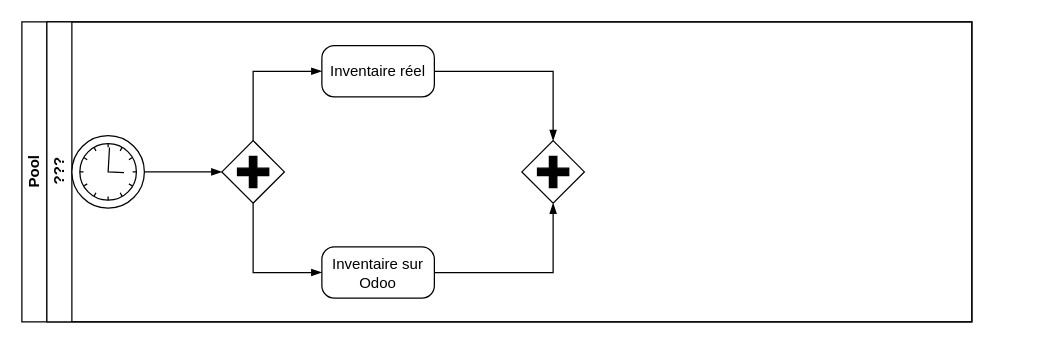
Above: Inventaire.drawio in quemet/Draw.io (draw.io), before the change. Source tidied: cells renumbered, new cells numbered last; positions are measured from the earlier drawing's top-left corner, leaving out a move shared by most shapes. Both pictures are drawn from the tidied source at 125%, with x=0, y=0 at pixel (21, 21).
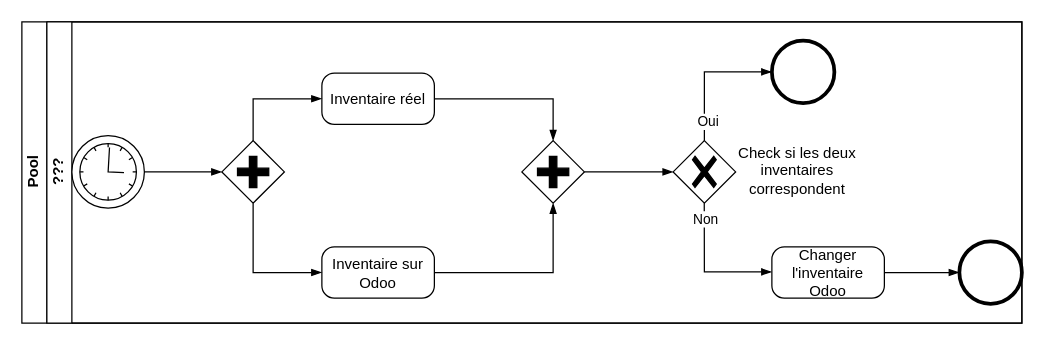
After the change.

Commit message (it also covers changes not shown here):
Mettre à jour Inventaire.drawio

The change refers to these unchanged cells:
```xml
<mxCell id="6" style="points=[[0.25,0.25,0],[0.5,0,0],[0.75,0.25,0],[1,0.5,0],[0.75,0.75,0],[0.5,1,0],[0.25,0.75,0],[0,0.5,0]];shape=mxgraph.bpmn.gateway2;html=1;verticalLabelPosition=bottom;labelBackgroundColor=#ffffff;verticalAlign=top;align=center;perimeter=rhombusPerimeter;outlineConnect=0;outline=none;symbol=none;gwType=parallel;" parent="3" vertex="1">
  <mxGeometry x="380" y="95" width="50" height="50" as="geometry" />
</mxCell>
```

Change to the diagram source:
```diff
@@
     <mxCell id="2" value="Pool" style="swimlane;html=1;horizontal=0;startSize=20;whiteSpace=wrap;" parent="1" vertex="1">
-      <mxGeometry width="760" height="240" as="geometry" />
+      <mxGeometry width="800" height="241" as="geometry" />
     </mxCell>
     <mxCell id="3" value="???" style="swimlane;html=1;startSize=20;horizontal=0;" parent="2" vertex="1">
-      <mxGeometry x="20" width="740" height="240" as="geometry" />
+      <mxGeometry x="20" width="780" height="241" as="geometry" />
     </mxCell>
@@
     <mxCell id="7" value="Inventaire réel" style="points=[[0.25,0,0],[0.5,0,0],[0.75,0,0],[1,0.25,0],[1,0.5,0],[1,0.75,0],[0.75,1,0],[0.5,1,0],[0.25,1,0],[0,0.75,0],[0,0.5,0],[0,0.25,0]];shape=mxgraph.bpmn.task;whiteSpace=wrap;rectStyle=rounded;size=10;html=1;taskMarker=abstract;" parent="3" vertex="1">
-      <mxGeometry x="220" y="19" width="90" height="41" as="geometry" />
+      <mxGeometry x="220" y="41" width="90" height="41" as="geometry" />
     </mxCell>
@@
+    <mxCell id="14" style="edgeStyle=elbowEdgeStyle;fontSize=12;html=1;endArrow=blockThin;endFill=1;rounded=0;exitX=1;exitY=0.5;exitDx=0;exitDy=0;exitPerimeter=0;entryX=0;entryY=0.5;entryDx=0;entryDy=0;entryPerimeter=0;" parent="3" edge="1" source="6" target="15">
+      <mxGeometry relative="1" as="geometry" />
+    </mxCell>
+    <mxCell id="15" style="points=[[0.25,0.25,0],[0.5,0,0],[0.75,0.25,0],[1,0.5,0],[0.75,0.75,0],[0.5,1,0],[0.25,0.75,0],[0,0.5,0]];shape=mxgraph.bpmn.gateway2;html=1;verticalLabelPosition=bottom;labelBackgroundColor=#ffffff;verticalAlign=top;align=center;perimeter=rhombusPerimeter;outlineConnect=0;outline=none;symbol=none;gwType=exclusive;" parent="3" vertex="1">
+      <mxGeometry x="501" y="95" width="50" height="50" as="geometry" />
+    </mxCell>
+    <mxCell id="16" style="edgeStyle=elbowEdgeStyle;fontSize=12;html=1;endArrow=blockThin;endFill=1;rounded=0;exitX=0.5;exitY=0;exitDx=0;exitDy=0;exitPerimeter=0;entryX=0;entryY=0.5;entryDx=0;entryDy=0;entryPerimeter=0;" parent="3" edge="1" source="15" target="21">
+      <mxGeometry relative="1" as="geometry">
+        <Array as="points">
+          <mxPoint x="526" y="60" />
+        </Array>
+      </mxGeometry>
+    </mxCell>
+    <mxCell id="17" value="Oui" style="edgeLabel;html=1;align=center;verticalAlign=middle;" parent="16" vertex="1">
+      <mxGeometry x="-0.71" y="-2" relative="1" as="geometry" />
+    </mxCell>
+    <mxCell id="18" value="Check si les deux inventaires correspondent" style="text;html=1;strokeColor=none;fillColor=none;align=center;verticalAlign=middle;whiteSpace=wrap;rounded=0;" parent="3" vertex="1">
+      <mxGeometry x="551" y="91" width="99" height="55" as="geometry" />
+    </mxCell>
+    <mxCell id="19" style="edgeStyle=elbowEdgeStyle;fontSize=12;html=1;endArrow=blockThin;endFill=1;rounded=0;" parent="3" edge="1">
+      <mxGeometry relative="1" as="geometry">
+        <mxPoint x="525.9" y="145" as="sourcePoint" />
+        <mxPoint x="580" y="200" as="targetPoint" />
+        <Array as="points">
+          <mxPoint x="526" y="200" />
+        </Array>
+      </mxGeometry>
+    </mxCell>
+    <mxCell id="20" value="Non" style="edgeLabel;html=1;align=center;verticalAlign=middle;" parent="19" vertex="1">
+      <mxGeometry x="-0.76" relative="1" as="geometry" />
+    </mxCell>
+    <mxCell id="21" style="points=[[0.145,0.145,0],[0.5,0,0],[0.855,0.145,0],[1,0.5,0],[0.855,0.855,0],[0.5,1,0],[0.145,0.855,0],[0,0.5,0]];shape=mxgraph.bpmn.event;html=1;verticalLabelPosition=bottom;labelBackgroundColor=#ffffff;verticalAlign=top;align=center;perimeter=ellipsePerimeter;outlineConnect=0;outline=end;symbol=terminate2;" parent="3" vertex="1">
+      <mxGeometry x="580" y="15" width="50" height="50" as="geometry" />
+    </mxCell>
+    <mxCell id="22" value="Changer l'inventaire Odoo" style="points=[[0.25,0,0],[0.5,0,0],[0.75,0,0],[1,0.25,0],[1,0.5,0],[1,0.75,0],[0.75,1,0],[0.5,1,0],[0.25,1,0],[0,0.75,0],[0,0.5,0],[0,0.25,0]];shape=mxgraph.bpmn.task;whiteSpace=wrap;rectStyle=rounded;size=10;html=1;taskMarker=abstract;" parent="3" vertex="1">
+      <mxGeometry x="580" y="180" width="90" height="41" as="geometry" />
+    </mxCell>
+    <mxCell id="23" style="points=[[0.145,0.145,0],[0.5,0,0],[0.855,0.145,0],[1,0.5,0],[0.855,0.855,0],[0.5,1,0],[0.145,0.855,0],[0,0.5,0]];shape=mxgraph.bpmn.event;html=1;verticalLabelPosition=bottom;labelBackgroundColor=#ffffff;verticalAlign=top;align=center;perimeter=ellipsePerimeter;outlineConnect=0;outline=end;symbol=terminate2;" parent="3" vertex="1">
+      <mxGeometry x="730" y="175.5" width="50" height="50" as="geometry" />
+    </mxCell>
+    <mxCell id="24" style="edgeStyle=elbowEdgeStyle;fontSize=12;html=1;endArrow=blockThin;endFill=1;rounded=0;exitX=1;exitY=0.5;exitDx=0;exitDy=0;exitPerimeter=0;entryX=0;entryY=0.5;entryDx=0;entryDy=0;entryPerimeter=0;" parent="3" edge="1" source="22" target="23">
+      <mxGeometry relative="1" as="geometry" />
+    </mxCell>
```
